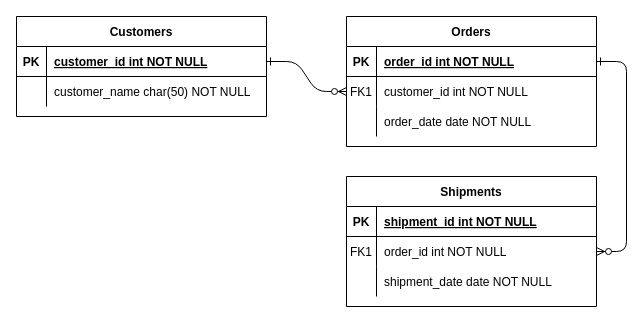
Before: todolist.drawio in wooya03/ToDoList, a draw.io diagram. Source tidied: cells renumbered, new cells numbered last; positions are measured from the earlier drawing's top-left corner, leaving out a move shared by most shapes. Both pictures are drawn from the tidied source at 100%, with x=0, y=0 at pixel (16, 16).
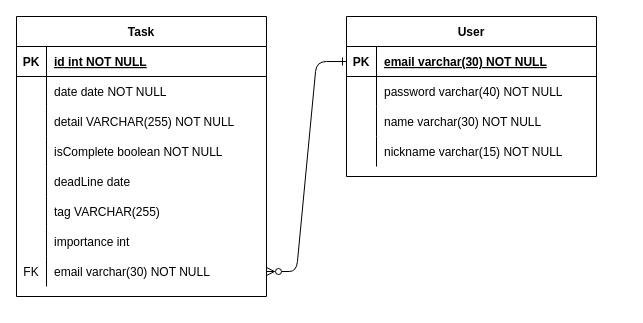
After the change.

The change refers to these unchanged cells:
```xml
<mxCell id="5" style="shape=partialRectangle;fillColor=none;points=[[0,0.5],[1,0.5]];portConstraint=eastwest;top=0;left=0;right=0;bottom=1;" parent="4" vertex="1">
  <mxGeometry y="30" width="250" height="30" as="geometry" />
</mxCell>
<mxCell id="8" style="shape=partialRectangle;fillColor=none;points=[[0,0.5],[1,0.5]];portConstraint=eastwest;top=0;left=0;right=0;bottom=0;" parent="4" vertex="1">
  <mxGeometry y="60" width="250" height="30" as="geometry" />
</mxCell>
<mxCell id="11" style="shape=partialRectangle;fillColor=none;top=0;left=0;right=0;bottom=0;" parent="4" vertex="1">
  <mxGeometry y="90" width="250" height="30" as="geometry" />
</mxCell>
<mxCell id="25" style="shape=partialRectangle;fillColor=none;points=[[0,0.5],[1,0.5]];portConstraint=eastwest;top=0;left=0;right=0;bottom=1;" parent="24" vertex="1">
  <mxGeometry y="30" width="250" height="30" as="geometry" />
</mxCell>
<mxCell id="28" style="shape=partialRectangle;fillColor=none;top=0;left=0;right=0;bottom=0;" parent="24" vertex="1">
  <mxGeometry y="60" width="250" height="30" as="geometry" />
</mxCell>
```

Diff of the diagram source:
```diff
@@
-    <mxCell id="2" style="edgeStyle=entityRelationEdgeStyle;endArrow=ERzeroToMany;startArrow=ERone;endFill=1;startFill=0;" parent="1" edge="1" source="25" target="8">
+    <mxCell id="2" style="edgeStyle=entityRelationEdgeStyle;endArrow=ERone;startArrow=ERzeroToMany;endFill=0;startFill=0;entryX=0;entryY=0.5;entryDx=0;entryDy=0;exitX=1;exitY=0.5;exitDx=0;exitDy=0;" parent="1" edge="1" source="48" target="5">
       <mxGeometry relative="1" as="geometry" />
     </mxCell>
-    <mxCell id="3" style="edgeStyle=entityRelationEdgeStyle;endArrow=ERzeroToMany;startArrow=ERone;endFill=1;startFill=0;" parent="1" edge="1" source="5" target="18">
-      <mxGeometry relative="1" as="geometry" />
-    </mxCell>
-    <mxCell id="4" value="Orders" style="shape=table;startSize=30;childLayout=tableLayout;rowLines=0;fontStyle=1;align=center;" parent="1" vertex="1">
-      <mxGeometry x="330" width="250" height="130" as="geometry" />
+    <mxCell id="4" value="User" style="shape=table;startSize=30;childLayout=tableLayout;rowLines=0;fontStyle=1;align=center;" parent="1" vertex="1">
+      <mxGeometry x="330" width="250" height="160" as="geometry" />
     </mxCell>
@@
-    <mxCell id="7" value="order_id int NOT NULL " style="shape=partialRectangle;overflow=hidden;fillColor=none;top=0;left=0;bottom=0;right=0;align=left;spacingLeft=6;fontStyle=5;" parent="5" vertex="1">
+    <mxCell id="7" value="email varchar(30) NOT NULL" style="shape=partialRectangle;overflow=hidden;fillColor=none;top=0;left=0;bottom=0;right=0;align=left;spacingLeft=6;fontStyle=5;" parent="5" vertex="1">
       <mxGeometry x="30" width="220" height="30" as="geometry" />
     </mxCell>
@@
-    <mxCell id="9" value="FK1" style="shape=partialRectangle;overflow=hidden;fillColor=none;top=0;left=0;bottom=0;right=0;" parent="8" vertex="1">
+    <mxCell id="9" style="shape=partialRectangle;overflow=hidden;fillColor=none;top=0;left=0;bottom=0;right=0;" parent="8" vertex="1">
       <mxGeometry width="30" height="30" as="geometry" />
     </mxCell>
-    <mxCell id="10" value="customer_id int NOT NULL" style="shape=partialRectangle;overflow=hidden;fillColor=none;top=0;left=0;bottom=0;right=0;align=left;spacingLeft=6;" parent="8" vertex="1">
+    <mxCell id="10" value="password varchar(40) NOT NULL" style="shape=partialRectangle;overflow=hidden;fillColor=none;top=0;left=0;bottom=0;right=0;align=left;spacingLeft=6;" parent="8" vertex="1">
       <mxGeometry x="30" width="220" height="30" as="geometry" />
     </mxCell>
@@
-    <mxCell id="13" value="order_date date NOT NULL" style="shape=partialRectangle;overflow=hidden;fillColor=none;top=0;left=0;bottom=0;right=0;align=left;spacingLeft=6;" parent="11" vertex="1">
+    <mxCell id="13" value="name varchar(30) NOT NULL" style="shape=partialRectangle;overflow=hidden;fillColor=none;top=0;left=0;bottom=0;right=0;align=left;spacingLeft=6;" parent="11" vertex="1">
       <mxGeometry x="30" width="220" height="30" as="geometry" />
     </mxCell>
-    <mxCell id="14" value="Shipments" style="shape=table;startSize=30;childLayout=tableLayout;rowLines=0;fontStyle=1;align=center;" parent="1" vertex="1">
-      <mxGeometry x="330" y="160" width="250" height="130" as="geometry" />
-    </mxCell>
-    <mxCell id="15" style="shape=partialRectangle;fillColor=none;top=0;left=0;right=0;bottom=1;" parent="14" vertex="1">
-      <mxGeometry y="30" width="250" height="30" as="geometry" />
-    </mxCell>
-    <mxCell id="16" value="PK" style="shape=partialRectangle;overflow=hidden;fillColor=none;top=0;left=0;bottom=0;right=0;fontStyle=1;" parent="15" vertex="1">
-      <mxGeometry width="30" height="30" as="geometry" />
-    </mxCell>
-    <mxCell id="17" value="shipment_id int NOT NULL " style="shape=partialRectangle;overflow=hidden;fillColor=none;top=0;left=0;bottom=0;right=0;align=left;spacingLeft=6;fontStyle=5;" parent="15" vertex="1">
-      <mxGeometry x="30" width="220" height="30" as="geometry" />
-    </mxCell>
-    <mxCell id="18" style="shape=partialRectangle;fillColor=none;points=[[0,0.5],[1,0.5]];portConstraint=eastwest;top=0;left=0;right=0;bottom=0;" parent="14" vertex="1">
-      <mxGeometry y="60" width="250" height="30" as="geometry" />
-    </mxCell>
-    <mxCell id="19" value="FK1" style="shape=partialRectangle;overflow=hidden;fillColor=none;top=0;left=0;bottom=0;right=0;" parent="18" vertex="1">
-      <mxGeometry width="30" height="30" as="geometry" />
-    </mxCell>
-    <mxCell id="20" value="order_id int NOT NULL" style="shape=partialRectangle;overflow=hidden;fillColor=none;top=0;left=0;bottom=0;right=0;align=left;spacingLeft=6;" parent="18" vertex="1">
-      <mxGeometry x="30" width="220" height="30" as="geometry" />
-    </mxCell>
-    <mxCell id="21" style="shape=partialRectangle;fillColor=none;top=0;left=0;right=0;bottom=0;" parent="14" vertex="1">
-      <mxGeometry y="90" width="250" height="30" as="geometry" />
-    </mxCell>
-    <mxCell id="22" style="shape=partialRectangle;overflow=hidden;fillColor=none;top=0;left=0;bottom=0;right=0;" parent="21" vertex="1">
-      <mxGeometry width="30" height="30" as="geometry" />
-    </mxCell>
-    <mxCell id="23" value="shipment_date date NOT NULL" style="shape=partialRectangle;overflow=hidden;fillColor=none;top=0;left=0;bottom=0;right=0;align=left;spacingLeft=6;" parent="21" vertex="1">
-      <mxGeometry x="30" width="220" height="30" as="geometry" />
-    </mxCell>
+    <mxCell id="31" style="shape=partialRectangle;fillColor=none;top=0;left=0;right=0;bottom=0;" parent="4" vertex="1">
+      <mxGeometry y="120" width="250" height="30" as="geometry" />
+    </mxCell>
+    <mxCell id="32" style="shape=partialRectangle;overflow=hidden;fillColor=none;top=0;left=0;bottom=0;right=0;" parent="31" vertex="1">
+      <mxGeometry width="30" height="30" as="geometry" />
+    </mxCell>
+    <mxCell id="33" value="nickname varchar(15) NOT NULL" style="shape=partialRectangle;overflow=hidden;fillColor=none;top=0;left=0;bottom=0;right=0;align=left;spacingLeft=6;" parent="31" vertex="1">
+      <mxGeometry x="30" width="220" height="30" as="geometry" />
+    </mxCell>
-    <mxCell id="24" value="Customers" style="shape=table;startSize=30;childLayout=tableLayout;rowLines=0;fontStyle=1;align=center;" parent="1" vertex="1">
-      <mxGeometry width="250" height="100" as="geometry" />
+    <mxCell id="24" value="Task" style="shape=table;startSize=30;childLayout=tableLayout;rowLines=0;fontStyle=1;align=center;" parent="1" vertex="1">
+      <mxGeometry width="250" height="280" as="geometry" />
     </mxCell>
@@
-    <mxCell id="27" value="customer_id int NOT NULL " style="shape=partialRectangle;overflow=hidden;fillColor=none;top=0;left=0;bottom=0;right=0;align=left;spacingLeft=6;fontStyle=5;" parent="25" vertex="1">
+    <mxCell id="27" value="id int NOT NULL" style="shape=partialRectangle;overflow=hidden;fillColor=none;top=0;left=0;bottom=0;right=0;align=left;spacingLeft=6;fontStyle=5;" parent="25" vertex="1">
       <mxGeometry x="30" width="220" height="30" as="geometry" />
     </mxCell>
@@
-    <mxCell id="30" value="customer_name char(50) NOT NULL" style="shape=partialRectangle;overflow=hidden;fillColor=none;top=0;left=0;bottom=0;right=0;align=left;spacingLeft=6;" parent="28" vertex="1">
+    <mxCell id="30" value="date date NOT NULL" style="shape=partialRectangle;overflow=hidden;fillColor=none;top=0;left=0;bottom=0;right=0;align=left;spacingLeft=6;" parent="28" vertex="1">
       <mxGeometry x="30" width="220" height="30" as="geometry" />
     </mxCell>
+    <mxCell id="21" style="shape=partialRectangle;fillColor=none;top=0;left=0;right=0;bottom=0;" parent="24" vertex="1">
+      <mxGeometry y="90" width="250" height="30" as="geometry" />
+    </mxCell>
+    <mxCell id="34" style="shape=partialRectangle;overflow=hidden;fillColor=none;top=0;left=0;bottom=0;right=0;" parent="21" vertex="1">
+      <mxGeometry width="30" height="30" as="geometry" />
+    </mxCell>
+    <mxCell id="35" value="detail VARCHAR(255) NOT NULL" style="shape=partialRectangle;overflow=hidden;fillColor=none;top=0;left=0;bottom=0;right=0;align=left;spacingLeft=6;" parent="21" vertex="1">
+      <mxGeometry x="30" width="220" height="30" as="geometry" />
+    </mxCell>
+    <mxCell id="36" style="shape=partialRectangle;fillColor=none;top=0;left=0;right=0;bottom=0;" parent="24" vertex="1">
+      <mxGeometry y="120" width="250" height="30" as="geometry" />
+    </mxCell>
+    <mxCell id="37" style="shape=partialRectangle;overflow=hidden;fillColor=none;top=0;left=0;bottom=0;right=0;" parent="36" vertex="1">
+      <mxGeometry width="30" height="30" as="geometry" />
+    </mxCell>
+    <mxCell id="38" value="isComplete boolean NOT NULL" style="shape=partialRectangle;overflow=hidden;fillColor=none;top=0;left=0;bottom=0;right=0;align=left;spacingLeft=6;" parent="36" vertex="1">
+      <mxGeometry x="30" width="220" height="30" as="geometry" />
+    </mxCell>
+    <mxCell id="39" style="shape=partialRectangle;fillColor=none;top=0;left=0;right=0;bottom=0;" parent="24" vertex="1">
+      <mxGeometry y="150" width="250" height="30" as="geometry" />
+    </mxCell>
+    <mxCell id="40" style="shape=partialRectangle;overflow=hidden;fillColor=none;top=0;left=0;bottom=0;right=0;" parent="39" vertex="1">
+      <mxGeometry width="30" height="30" as="geometry" />
+    </mxCell>
+    <mxCell id="41" value="deadLine date" style="shape=partialRectangle;overflow=hidden;fillColor=none;top=0;left=0;bottom=0;right=0;align=left;spacingLeft=6;" parent="39" vertex="1">
+      <mxGeometry x="30" width="220" height="30" as="geometry" />
+    </mxCell>
+    <mxCell id="42" style="shape=partialRectangle;fillColor=none;top=0;left=0;right=0;bottom=0;" parent="24" vertex="1">
+      <mxGeometry y="180" width="250" height="30" as="geometry" />
+    </mxCell>
+    <mxCell id="43" style="shape=partialRectangle;overflow=hidden;fillColor=none;top=0;left=0;bottom=0;right=0;" parent="42" vertex="1">
+      <mxGeometry width="30" height="30" as="geometry" />
+    </mxCell>
+    <mxCell id="44" value="tag VARCHAR(255)" style="shape=partialRectangle;overflow=hidden;fillColor=none;top=0;left=0;bottom=0;right=0;align=left;spacingLeft=6;" parent="42" vertex="1">
+      <mxGeometry x="30" width="220" height="30" as="geometry" />
+    </mxCell>
+    <mxCell id="45" style="shape=partialRectangle;fillColor=none;top=0;left=0;right=0;bottom=0;" parent="24" vertex="1">
+      <mxGeometry y="210" width="250" height="30" as="geometry" />
+    </mxCell>
+    <mxCell id="46" style="shape=partialRectangle;overflow=hidden;fillColor=none;top=0;left=0;bottom=0;right=0;" parent="45" vertex="1">
+      <mxGeometry width="30" height="30" as="geometry" />
+    </mxCell>
+    <mxCell id="47" value="importance int" style="shape=partialRectangle;overflow=hidden;fillColor=none;top=0;left=0;bottom=0;right=0;align=left;spacingLeft=6;" parent="45" vertex="1">
+      <mxGeometry x="30" width="220" height="30" as="geometry" />
+    </mxCell>
+    <mxCell id="48" style="shape=partialRectangle;fillColor=none;points=[[0,0.5],[1,0.5]];portConstraint=eastwest;top=0;left=0;right=0;bottom=0;" parent="24" vertex="1">
+      <mxGeometry y="240" width="250" height="30" as="geometry" />
+    </mxCell>
+    <mxCell id="49" value="FK" style="shape=partialRectangle;overflow=hidden;fillColor=none;top=0;left=0;bottom=0;right=0;" parent="48" vertex="1">
+      <mxGeometry width="30" height="30" as="geometry" />
+    </mxCell>
+    <mxCell id="50" value="email varchar(30) NOT NULL" style="shape=partialRectangle;overflow=hidden;fillColor=none;top=0;left=0;bottom=0;right=0;align=left;spacingLeft=6;" parent="48" vertex="1">
+      <mxGeometry x="30" width="220" height="30" as="geometry" />
+    </mxCell>
```
